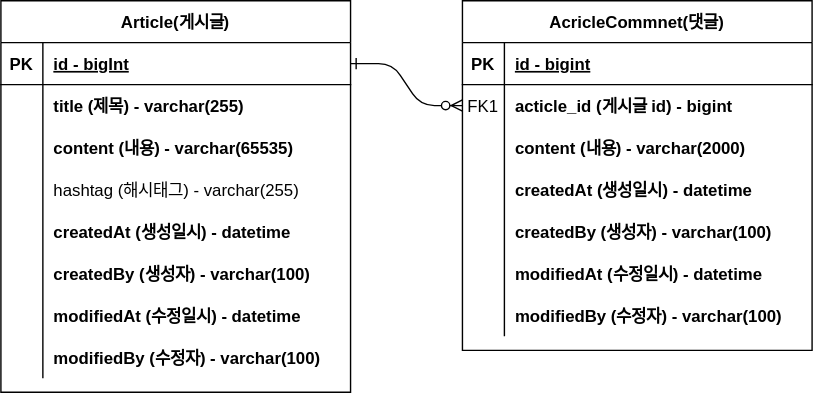
Before: document/board-test-erd.svg, a diagram exported from draw.io (mstjang/board-test). Source tidied: cells renumbered, new cells last; positions are measured from the earlier drawing's top-left corner, leaving out a move shared by most shapes.
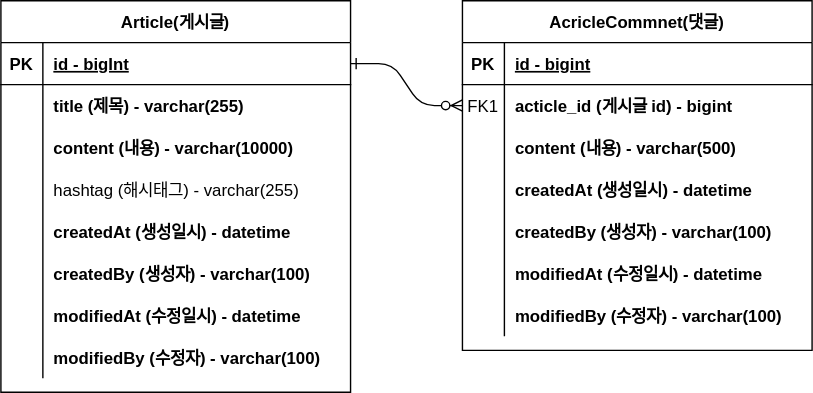
After the change.

Commit message:
#6 - ERD 업데이트

Diff of the diagram source:
```diff
@@ -32,7 +32,7 @@
     <mxCell id="11" style="shape=partialRectangle;overflow=hidden;fillColor=none;top=0;left=0;bottom=0;right=0;" parent="10" vertex="1">
       <mxGeometry width="30" height="30" as="geometry" />
     </mxCell>
-    <mxCell id="12" value="content (내용) - varchar(2000)" style="shape=partialRectangle;overflow=hidden;fillColor=none;top=0;left=0;bottom=0;right=0;align=left;spacingLeft=6;fontStyle=1;" parent="10" vertex="1">
+    <mxCell id="12" value="content (내용) - varchar(500)" style="shape=partialRectangle;overflow=hidden;fillColor=none;top=0;left=0;bottom=0;right=0;align=left;spacingLeft=6;fontStyle=1;" parent="10" vertex="1">
       <mxGeometry x="30" width="220" height="30" as="geometry" />
     </mxCell>
     <mxCell id="13" style="shape=partialRectangle;fillColor=none;top=0;left=0;right=0;bottom=0;" parent="3" vertex="1">
@@ -98,7 +98,7 @@
     <mxCell id="33" style="shape=partialRectangle;overflow=hidden;fillColor=none;top=0;left=0;bottom=0;right=0;" parent="32" vertex="1">
       <mxGeometry width="30" height="30" as="geometry" />
     </mxCell>
-    <mxCell id="34" value="content (내용) - varchar(65535)" style="shape=partialRectangle;overflow=hidden;fillColor=none;top=0;left=0;bottom=0;right=0;align=left;spacingLeft=6;fontStyle=1;" parent="32" vertex="1">
+    <mxCell id="34" value="content (내용) - varchar(10000)" style="shape=partialRectangle;overflow=hidden;fillColor=none;top=0;left=0;bottom=0;right=0;align=left;spacingLeft=6;fontStyle=1;" parent="32" vertex="1">
       <mxGeometry x="30" width="220" height="30" as="geometry" />
     </mxCell>
     <mxCell id="35" style="shape=partialRectangle;fillColor=none;top=0;left=0;right=0;bottom=0;" parent="25" vertex="1">
```
